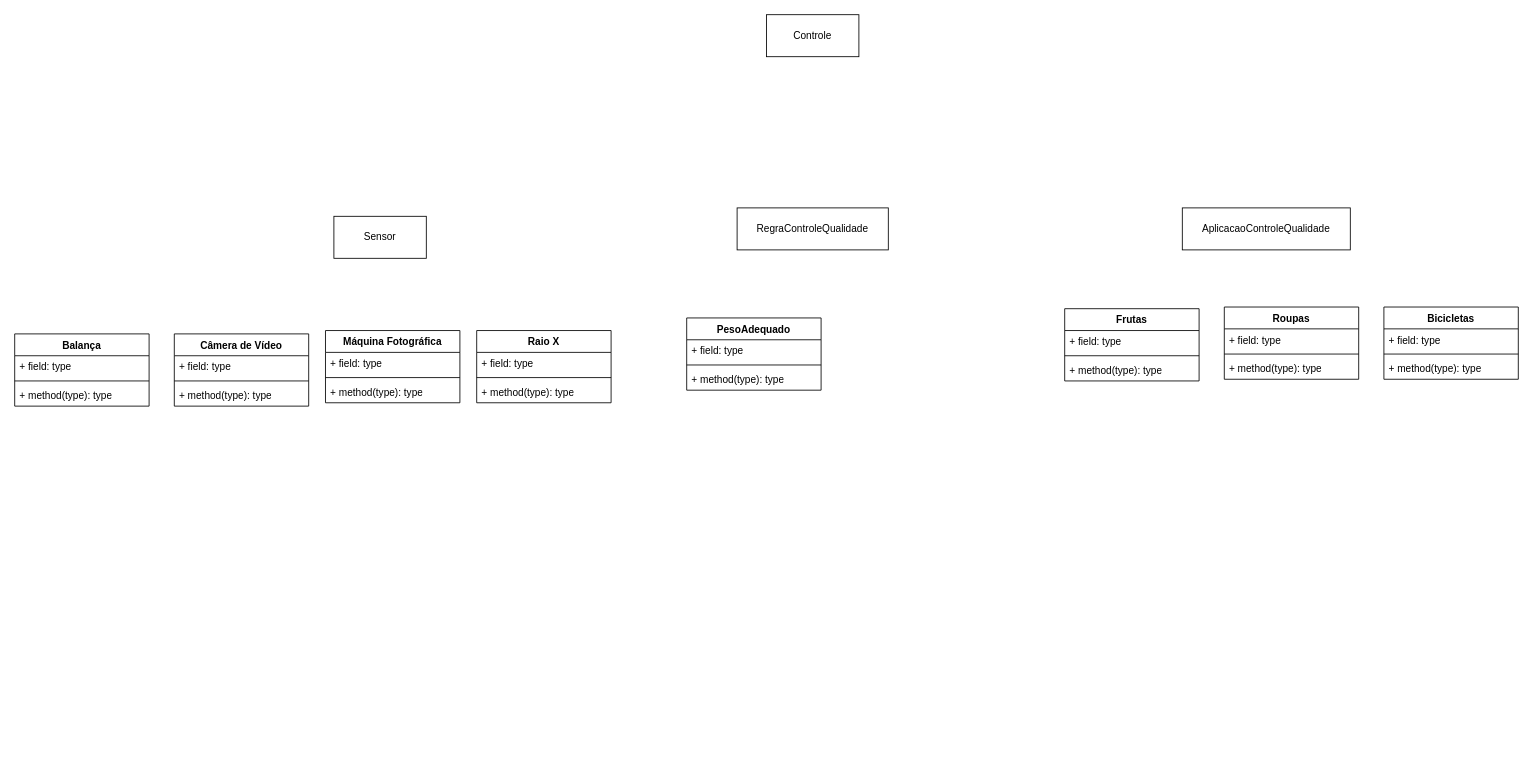
Before: frameworkPOO.drawio in SamanthaMiyahira/POO_coursera, a draw.io diagram. Source tidied: cells renumbered, new cells numbered last; positions are measured from the earlier drawing's top-left corner, leaving out a move shared by most shapes. Both pictures are drawn from the tidied source at 84%, with x=0, y=0 at pixel (14, 14).
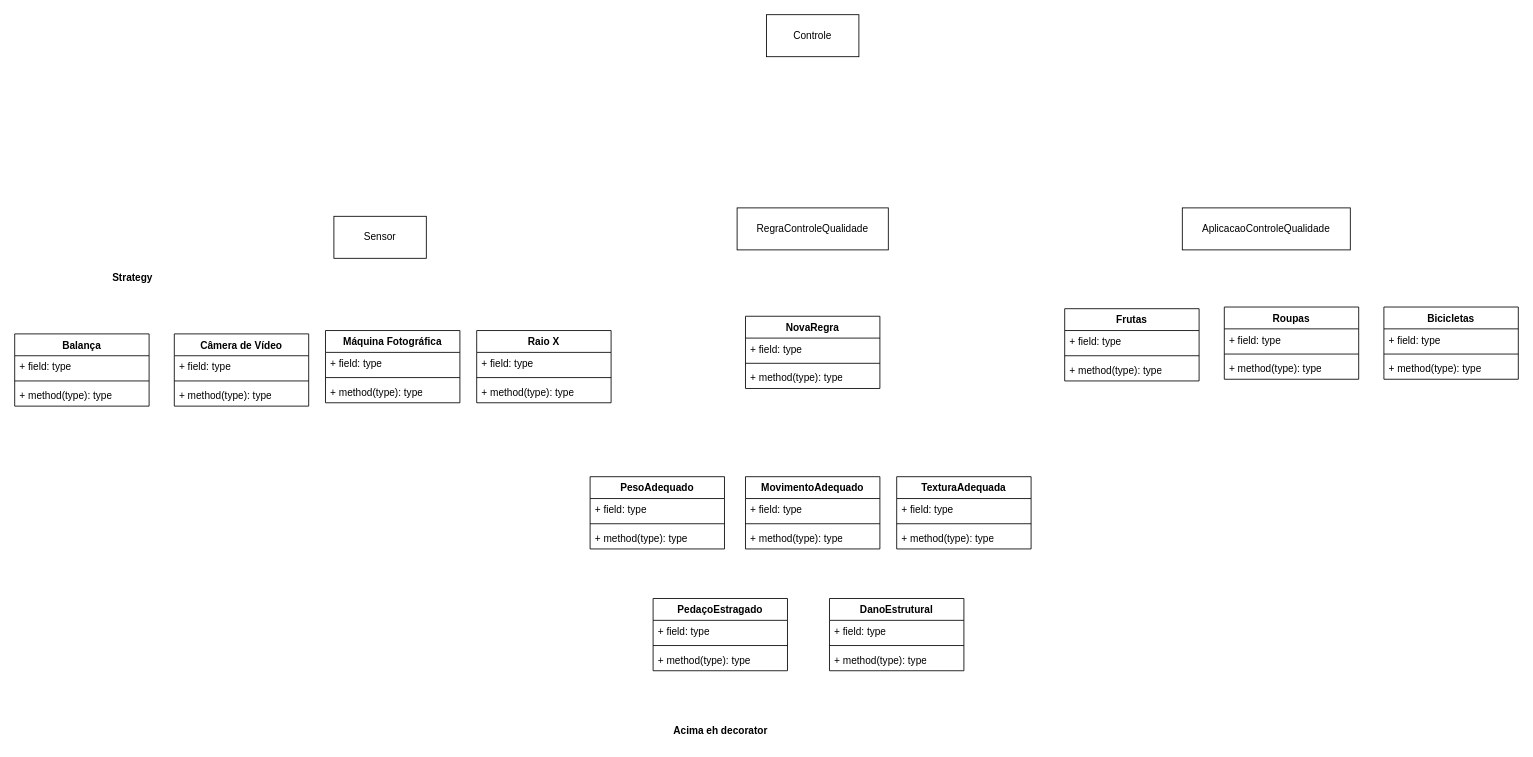
The same diagram, later.

What changed in the source:
```diff
@@
     <mxCell id="34" value="PesoAdequado" style="swimlane;fontStyle=1;align=center;verticalAlign=top;horizontal=1;startSize=26;whiteSpace=wrap;html=1;" parent="1" vertex="1">
-      <mxGeometry x="800" y="361" width="160" height="86" as="geometry" />
+      <mxGeometry x="685" y="550" width="160" height="86" as="geometry" />
     </mxCell>
@@
+    <mxCell id="38" value="NovaRegra" style="swimlane;fontStyle=1;align=center;verticalAlign=top;horizontal=1;startSize=26;whiteSpace=wrap;html=1;" parent="1" vertex="1">
+      <mxGeometry x="870" y="359" width="160" height="86" as="geometry" />
+    </mxCell>
+    <mxCell id="39" value="+ field: type" style="text;strokeColor=none;fillColor=none;align=left;verticalAlign=top;spacingLeft=4;spacingRight=4;overflow=hidden;whiteSpace=wrap;html=1;" parent="38" vertex="1">
+      <mxGeometry y="26" width="160" height="26" as="geometry" />
+    </mxCell>
+    <mxCell id="40" style="line;strokeWidth=1;fillColor=none;align=left;verticalAlign=middle;spacingTop=-1;spacingLeft=3;spacingRight=3;labelPosition=right;strokeColor=inherit;" parent="38" vertex="1">
+      <mxGeometry y="52" width="160" height="8" as="geometry" />
+    </mxCell>
+    <mxCell id="41" value="+ method(type): type" style="text;strokeColor=none;fillColor=none;align=left;verticalAlign=top;spacingLeft=4;spacingRight=4;overflow=hidden;whiteSpace=wrap;html=1;" parent="38" vertex="1">
+      <mxGeometry y="60" width="160" height="26" as="geometry" />
+    </mxCell>
+    <mxCell id="42" value="MovimentoAdequado" style="swimlane;fontStyle=1;align=center;verticalAlign=top;horizontal=1;startSize=26;whiteSpace=wrap;html=1;" parent="1" vertex="1">
+      <mxGeometry x="870" y="550" width="160" height="86" as="geometry" />
+    </mxCell>
+    <mxCell id="43" value="+ field: type" style="text;strokeColor=none;fillColor=none;align=left;verticalAlign=top;spacingLeft=4;spacingRight=4;overflow=hidden;whiteSpace=wrap;html=1;" parent="42" vertex="1">
+      <mxGeometry y="26" width="160" height="26" as="geometry" />
+    </mxCell>
+    <mxCell id="44" style="line;strokeWidth=1;fillColor=none;align=left;verticalAlign=middle;spacingTop=-1;spacingLeft=3;spacingRight=3;labelPosition=right;strokeColor=inherit;" parent="42" vertex="1">
+      <mxGeometry y="52" width="160" height="8" as="geometry" />
+    </mxCell>
+    <mxCell id="45" value="+ method(type): type" style="text;strokeColor=none;fillColor=none;align=left;verticalAlign=top;spacingLeft=4;spacingRight=4;overflow=hidden;whiteSpace=wrap;html=1;" parent="42" vertex="1">
+      <mxGeometry y="60" width="160" height="26" as="geometry" />
+    </mxCell>
+    <mxCell id="46" value="TexturaAdequada" style="swimlane;fontStyle=1;align=center;verticalAlign=top;horizontal=1;startSize=26;whiteSpace=wrap;html=1;" parent="1" vertex="1">
+      <mxGeometry x="1050" y="550" width="160" height="86" as="geometry" />
+    </mxCell>
+    <mxCell id="47" value="+ field: type" style="text;strokeColor=none;fillColor=none;align=left;verticalAlign=top;spacingLeft=4;spacingRight=4;overflow=hidden;whiteSpace=wrap;html=1;" parent="46" vertex="1">
+      <mxGeometry y="26" width="160" height="26" as="geometry" />
+    </mxCell>
+    <mxCell id="48" style="line;strokeWidth=1;fillColor=none;align=left;verticalAlign=middle;spacingTop=-1;spacingLeft=3;spacingRight=3;labelPosition=right;strokeColor=inherit;" parent="46" vertex="1">
+      <mxGeometry y="52" width="160" height="8" as="geometry" />
+    </mxCell>
+    <mxCell id="49" value="+ method(type): type" style="text;strokeColor=none;fillColor=none;align=left;verticalAlign=top;spacingLeft=4;spacingRight=4;overflow=hidden;whiteSpace=wrap;html=1;" parent="46" vertex="1">
+      <mxGeometry y="60" width="160" height="26" as="geometry" />
+    </mxCell>
+    <mxCell id="50" value="PedaçoEstragado" style="swimlane;fontStyle=1;align=center;verticalAlign=top;horizontal=1;startSize=26;whiteSpace=wrap;html=1;" parent="1" vertex="1">
+      <mxGeometry x="760" y="695" width="160" height="86" as="geometry" />
+    </mxCell>
+    <mxCell id="51" value="+ field: type" style="text;strokeColor=none;fillColor=none;align=left;verticalAlign=top;spacingLeft=4;spacingRight=4;overflow=hidden;whiteSpace=wrap;html=1;" parent="50" vertex="1">
+      <mxGeometry y="26" width="160" height="26" as="geometry" />
+    </mxCell>
+    <mxCell id="52" style="line;strokeWidth=1;fillColor=none;align=left;verticalAlign=middle;spacingTop=-1;spacingLeft=3;spacingRight=3;labelPosition=right;strokeColor=inherit;" parent="50" vertex="1">
+      <mxGeometry y="52" width="160" height="8" as="geometry" />
+    </mxCell>
+    <mxCell id="53" value="+ method(type): type" style="text;strokeColor=none;fillColor=none;align=left;verticalAlign=top;spacingLeft=4;spacingRight=4;overflow=hidden;whiteSpace=wrap;html=1;" parent="50" vertex="1">
+      <mxGeometry y="60" width="160" height="26" as="geometry" />
+    </mxCell>
+    <mxCell id="54" value="DanoEstrutural" style="swimlane;fontStyle=1;align=center;verticalAlign=top;horizontal=1;startSize=26;whiteSpace=wrap;html=1;" parent="1" vertex="1">
+      <mxGeometry x="970" y="695" width="160" height="86" as="geometry" />
+    </mxCell>
+    <mxCell id="55" value="+ field: type" style="text;strokeColor=none;fillColor=none;align=left;verticalAlign=top;spacingLeft=4;spacingRight=4;overflow=hidden;whiteSpace=wrap;html=1;" parent="54" vertex="1">
+      <mxGeometry y="26" width="160" height="26" as="geometry" />
+    </mxCell>
+    <mxCell id="56" style="line;strokeWidth=1;fillColor=none;align=left;verticalAlign=middle;spacingTop=-1;spacingLeft=3;spacingRight=3;labelPosition=right;strokeColor=inherit;" parent="54" vertex="1">
+      <mxGeometry y="52" width="160" height="8" as="geometry" />
+    </mxCell>
+    <mxCell id="57" value="+ method(type): type" style="text;strokeColor=none;fillColor=none;align=left;verticalAlign=top;spacingLeft=4;spacingRight=4;overflow=hidden;whiteSpace=wrap;html=1;" parent="54" vertex="1">
+      <mxGeometry y="60" width="160" height="26" as="geometry" />
+    </mxCell>
+    <mxCell id="58" value="Acima eh decorator" style="text;align=center;fontStyle=1;verticalAlign=middle;spacingLeft=3;spacingRight=3;strokeColor=none;html=1;" parent="1" vertex="1">
+      <mxGeometry x="800" y="840" width="80" height="26" as="geometry" />
+    </mxCell>
+    <mxCell id="59" value="Strategy" style="text;align=center;fontStyle=1;verticalAlign=middle;spacingLeft=3;spacingRight=3;strokeColor=none;html=1;" parent="1" vertex="1">
+      <mxGeometry x="100" y="300" width="80" height="26" as="geometry" />
+    </mxCell>
```
